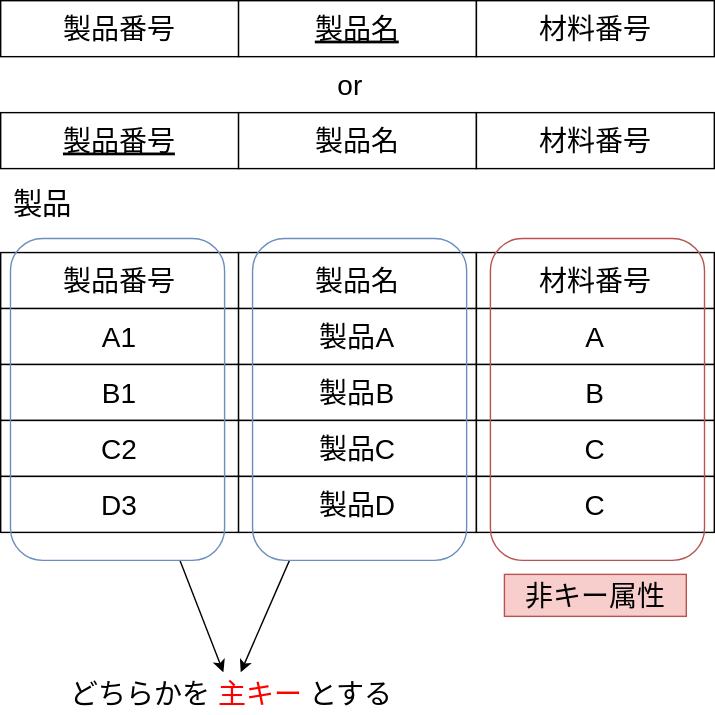
koseki2580/study-docs keeps this draw.io diagram as static/img/svg/Database/relational-data-model/relational-data-model-2.drawio.svg. Above is the earlier version. Source tidied: cells renumbered, new cells last; positions are measured from the earlier drawing's top-left corner, leaving out a move shared by most shapes. The source it was exported from:
```xml
<mxGraphModel>
  <root>
    <mxCell id="0" />
    <mxCell id="1" parent="0" />
    <mxCell id="2" value="製品番号" style="rounded=0;whiteSpace=wrap;html=1;fontSize=20;" parent="1" vertex="1">
      <mxGeometry y="180" width="170" height="40" as="geometry" />
    </mxCell>
    <mxCell id="3" value="製品名" style="rounded=0;whiteSpace=wrap;html=1;fontSize=20;" parent="1" vertex="1">
      <mxGeometry x="170" y="180" width="170" height="40" as="geometry" />
    </mxCell>
    <mxCell id="4" value="材料番号" style="rounded=0;whiteSpace=wrap;html=1;fontSize=20;" parent="1" vertex="1">
      <mxGeometry x="340" y="180" width="170" height="40" as="geometry" />
    </mxCell>
    <mxCell id="5" value="A1" style="rounded=0;whiteSpace=wrap;html=1;fontSize=20;" parent="1" vertex="1">
      <mxGeometry y="220" width="170" height="40" as="geometry" />
    </mxCell>
    <mxCell id="6" value="製品A" style="rounded=0;whiteSpace=wrap;html=1;fontSize=20;" parent="1" vertex="1">
      <mxGeometry x="170" y="220" width="170" height="40" as="geometry" />
    </mxCell>
    <mxCell id="7" value="A" style="rounded=0;whiteSpace=wrap;html=1;fontSize=20;" parent="1" vertex="1">
      <mxGeometry x="340" y="220" width="170" height="40" as="geometry" />
    </mxCell>
    <mxCell id="8" value="B1" style="rounded=0;whiteSpace=wrap;html=1;fontSize=20;" parent="1" vertex="1">
      <mxGeometry y="260" width="170" height="40" as="geometry" />
    </mxCell>
    <mxCell id="9" value="製品B" style="rounded=0;whiteSpace=wrap;html=1;fontSize=20;" parent="1" vertex="1">
      <mxGeometry x="170" y="260" width="170" height="40" as="geometry" />
    </mxCell>
    <mxCell id="10" value="B" style="rounded=0;whiteSpace=wrap;html=1;fontSize=20;" parent="1" vertex="1">
      <mxGeometry x="340" y="260" width="170" height="40" as="geometry" />
    </mxCell>
    <mxCell id="11" value="C2" style="rounded=0;whiteSpace=wrap;html=1;fontSize=20;" parent="1" vertex="1">
      <mxGeometry y="300" width="170" height="40" as="geometry" />
    </mxCell>
    <mxCell id="12" value="製品C" style="rounded=0;whiteSpace=wrap;html=1;fontSize=20;" parent="1" vertex="1">
      <mxGeometry x="170" y="300" width="170" height="40" as="geometry" />
    </mxCell>
    <mxCell id="13" value="C" style="rounded=0;whiteSpace=wrap;html=1;fontSize=20;" parent="1" vertex="1">
      <mxGeometry x="340" y="300" width="170" height="40" as="geometry" />
    </mxCell>
    <mxCell id="14" value="D3" style="rounded=0;whiteSpace=wrap;html=1;fontSize=20;" parent="1" vertex="1">
      <mxGeometry y="340" width="170" height="40" as="geometry" />
    </mxCell>
    <mxCell id="15" value="製品D" style="rounded=0;whiteSpace=wrap;html=1;fontSize=20;" parent="1" vertex="1">
      <mxGeometry x="170" y="340" width="170" height="40" as="geometry" />
    </mxCell>
    <mxCell id="16" value="C" style="rounded=0;whiteSpace=wrap;html=1;fontSize=20;" parent="1" vertex="1">
      <mxGeometry x="340" y="340" width="170" height="40" as="geometry" />
    </mxCell>
    <mxCell id="17" value="製品" style="text;html=1;strokeColor=none;fillColor=none;align=center;verticalAlign=middle;whiteSpace=wrap;rounded=0;fontSize=21;" parent="1" vertex="1">
      <mxGeometry y="130" width="60" height="30" as="geometry" />
    </mxCell>
    <mxCell id="18" value="製品番号" style="rounded=0;whiteSpace=wrap;html=1;fontSize=20;" parent="1" vertex="1">
      <mxGeometry width="170" height="40" as="geometry" />
    </mxCell>
    <mxCell id="19" value="製品名" style="rounded=0;whiteSpace=wrap;html=1;fontSize=20;fontStyle=4;" parent="1" vertex="1">
      <mxGeometry x="170" width="170" height="40" as="geometry" />
    </mxCell>
    <mxCell id="20" value="材料番号" style="rounded=0;whiteSpace=wrap;html=1;fontSize=20;" parent="1" vertex="1">
      <mxGeometry x="340" width="170" height="40" as="geometry" />
    </mxCell>
    <mxCell id="21" style="edgeStyle=none;html=1;fontSize=20;fontColor=#FF0000;" parent="1" edge="1" source="22" target="25">
      <mxGeometry relative="1" as="geometry" />
    </mxCell>
    <mxCell id="22" style="rounded=1;whiteSpace=wrap;html=1;fontSize=21;fillColor=none;strokeColor=#6c8ebf;" parent="1" vertex="1">
      <mxGeometry x="7" y="170" width="153" height="230" as="geometry" />
    </mxCell>
    <mxCell id="23" style="edgeStyle=none;html=1;fontSize=20;fontColor=#FF0000;" parent="1" edge="1" source="24" target="25">
      <mxGeometry relative="1" as="geometry" />
    </mxCell>
    <mxCell id="24" style="rounded=1;whiteSpace=wrap;html=1;fontSize=21;fillColor=none;strokeColor=#6c8ebf;" parent="1" vertex="1">
      <mxGeometry x="180" y="170" width="153" height="230" as="geometry" />
    </mxCell>
    <mxCell id="25" value="どちらかを&lt;font color=&quot;#ff0000&quot;&gt;主キー&lt;/font&gt;とする" style="text;html=1;strokeColor=none;fillColor=none;align=center;verticalAlign=middle;whiteSpace=wrap;rounded=0;fontSize=20;" parent="1" vertex="1">
      <mxGeometry x="30" y="480" width="270" height="30" as="geometry" />
    </mxCell>
    <mxCell id="26" style="rounded=1;whiteSpace=wrap;html=1;fontSize=21;fillColor=none;strokeColor=#b85450;" parent="1" vertex="1">
      <mxGeometry x="350" y="170" width="153" height="230" as="geometry" />
    </mxCell>
    <mxCell id="27" value="非キー属性" style="text;html=1;strokeColor=#b85450;fillColor=#f8cecc;align=center;verticalAlign=middle;whiteSpace=wrap;rounded=0;fontSize=20;" parent="1" vertex="1">
      <mxGeometry x="360" y="410" width="130" height="30" as="geometry" />
    </mxCell>
    <mxCell id="28" value="&lt;u&gt;製品番号&lt;/u&gt;" style="rounded=0;whiteSpace=wrap;html=1;fontSize=20;" parent="1" vertex="1">
      <mxGeometry y="80" width="170" height="40" as="geometry" />
    </mxCell>
    <mxCell id="29" value="製品名" style="rounded=0;whiteSpace=wrap;html=1;fontSize=20;" parent="1" vertex="1">
      <mxGeometry x="170" y="80" width="170" height="40" as="geometry" />
    </mxCell>
    <mxCell id="30" value="材料番号" style="rounded=0;whiteSpace=wrap;html=1;fontSize=20;" parent="1" vertex="1">
      <mxGeometry x="340" y="80" width="170" height="40" as="geometry" />
    </mxCell>
    <mxCell id="31" value="or" style="text;html=1;strokeColor=none;fillColor=none;align=center;verticalAlign=middle;whiteSpace=wrap;rounded=0;fontSize=20;fontColor=#000000;" parent="1" vertex="1">
      <mxGeometry x="220" y="45" width="60" height="30" as="geometry" />
    </mxCell>
  </root>
</mxGraphModel>
```
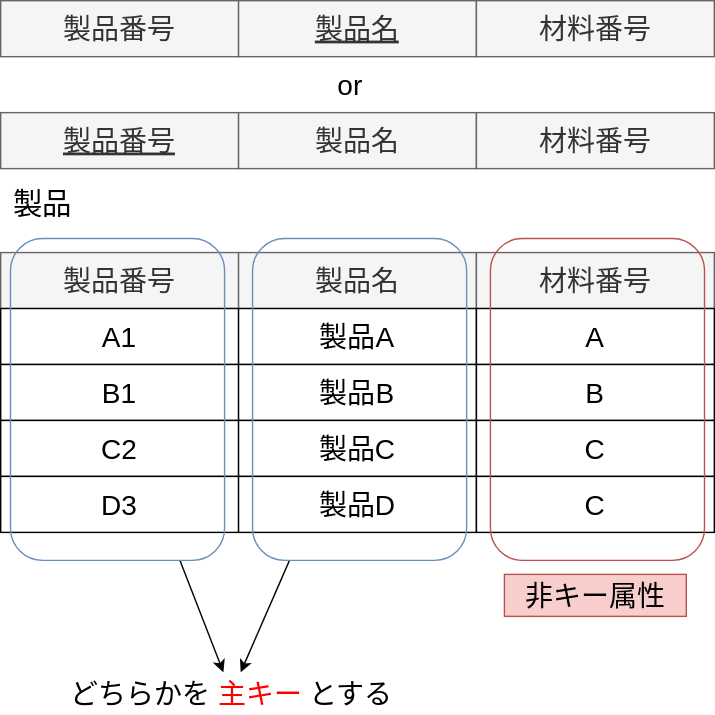
After the change.

What changed in the source:
```diff
@@ -2,13 +2,13 @@
   <root>
     <mxCell id="0" />
     <mxCell id="1" parent="0" />
-    <mxCell id="2" value="製品番号" style="rounded=0;whiteSpace=wrap;html=1;fontSize=20;" parent="1" vertex="1">
+    <mxCell id="2" value="製品番号" style="rounded=0;whiteSpace=wrap;html=1;fontSize=20;fillColor=#f5f5f5;fontColor=#333333;strokeColor=#666666;" parent="1" vertex="1">
       <mxGeometry y="180" width="170" height="40" as="geometry" />
     </mxCell>
-    <mxCell id="3" value="製品名" style="rounded=0;whiteSpace=wrap;html=1;fontSize=20;" parent="1" vertex="1">
+    <mxCell id="3" value="製品名" style="rounded=0;whiteSpace=wrap;html=1;fontSize=20;fillColor=#f5f5f5;fontColor=#333333;strokeColor=#666666;" parent="1" vertex="1">
       <mxGeometry x="170" y="180" width="170" height="40" as="geometry" />
     </mxCell>
-    <mxCell id="4" value="材料番号" style="rounded=0;whiteSpace=wrap;html=1;fontSize=20;" parent="1" vertex="1">
+    <mxCell id="4" value="材料番号" style="rounded=0;whiteSpace=wrap;html=1;fontSize=20;fillColor=#f5f5f5;fontColor=#333333;strokeColor=#666666;" parent="1" vertex="1">
       <mxGeometry x="340" y="180" width="170" height="40" as="geometry" />
     </mxCell>
     <mxCell id="5" value="A1" style="rounded=0;whiteSpace=wrap;html=1;fontSize=20;" parent="1" vertex="1">
@@ -50,13 +50,13 @@
     <mxCell id="17" value="製品" style="text;html=1;strokeColor=none;fillColor=none;align=center;verticalAlign=middle;whiteSpace=wrap;rounded=0;fontSize=21;" parent="1" vertex="1">
       <mxGeometry y="130" width="60" height="30" as="geometry" />
     </mxCell>
-    <mxCell id="18" value="製品番号" style="rounded=0;whiteSpace=wrap;html=1;fontSize=20;" parent="1" vertex="1">
+    <mxCell id="18" value="製品番号" style="rounded=0;whiteSpace=wrap;html=1;fontSize=20;fillColor=#f5f5f5;fontColor=#333333;strokeColor=#666666;" parent="1" vertex="1">
       <mxGeometry width="170" height="40" as="geometry" />
     </mxCell>
-    <mxCell id="19" value="製品名" style="rounded=0;whiteSpace=wrap;html=1;fontSize=20;fontStyle=4;" parent="1" vertex="1">
+    <mxCell id="19" value="製品名" style="rounded=0;whiteSpace=wrap;html=1;fontSize=20;fontStyle=4;fillColor=#f5f5f5;fontColor=#333333;strokeColor=#666666;" parent="1" vertex="1">
       <mxGeometry x="170" width="170" height="40" as="geometry" />
     </mxCell>
-    <mxCell id="20" value="材料番号" style="rounded=0;whiteSpace=wrap;html=1;fontSize=20;" parent="1" vertex="1">
+    <mxCell id="20" value="材料番号" style="rounded=0;whiteSpace=wrap;html=1;fontSize=20;fillColor=#f5f5f5;fontColor=#333333;strokeColor=#666666;" parent="1" vertex="1">
       <mxGeometry x="340" width="170" height="40" as="geometry" />
     </mxCell>
     <mxCell id="21" style="edgeStyle=none;html=1;fontSize=20;fontColor=#FF0000;" parent="1" edge="1" source="22" target="25">
@@ -80,16 +80,16 @@
     <mxCell id="27" value="非キー属性" style="text;html=1;strokeColor=#b85450;fillColor=#f8cecc;align=center;verticalAlign=middle;whiteSpace=wrap;rounded=0;fontSize=20;" parent="1" vertex="1">
       <mxGeometry x="360" y="410" width="130" height="30" as="geometry" />
     </mxCell>
-    <mxCell id="28" value="&lt;u&gt;製品番号&lt;/u&gt;" style="rounded=0;whiteSpace=wrap;html=1;fontSize=20;" parent="1" vertex="1">
+    <mxCell id="28" value="&lt;u&gt;製品番号&lt;/u&gt;" style="rounded=0;whiteSpace=wrap;html=1;fontSize=20;fillColor=#f5f5f5;fontColor=#333333;strokeColor=#666666;" parent="1" vertex="1">
       <mxGeometry y="80" width="170" height="40" as="geometry" />
     </mxCell>
-    <mxCell id="29" value="製品名" style="rounded=0;whiteSpace=wrap;html=1;fontSize=20;" parent="1" vertex="1">
+    <mxCell id="29" value="製品名" style="rounded=0;whiteSpace=wrap;html=1;fontSize=20;fillColor=#f5f5f5;fontColor=#333333;strokeColor=#666666;" parent="1" vertex="1">
       <mxGeometry x="170" y="80" width="170" height="40" as="geometry" />
     </mxCell>
-    <mxCell id="30" value="材料番号" style="rounded=0;whiteSpace=wrap;html=1;fontSize=20;" parent="1" vertex="1">
+    <mxCell id="30" value="材料番号" style="rounded=0;whiteSpace=wrap;html=1;fontSize=20;fillColor=#f5f5f5;fontColor=#333333;strokeColor=#666666;" parent="1" vertex="1">
       <mxGeometry x="340" y="80" width="170" height="40" as="geometry" />
     </mxCell>
-    <mxCell id="31" value="or" style="text;html=1;strokeColor=none;fillColor=none;align=center;verticalAlign=middle;whiteSpace=wrap;rounded=0;fontSize=20;fontColor=#000000;" parent="1" vertex="1">
+    <mxCell id="31" value="or" style="text;html=1;align=center;verticalAlign=middle;whiteSpace=wrap;rounded=0;fontSize=20;" parent="1" vertex="1">
       <mxGeometry x="220" y="45" width="60" height="30" as="geometry" />
     </mxCell>
   </root>
```
